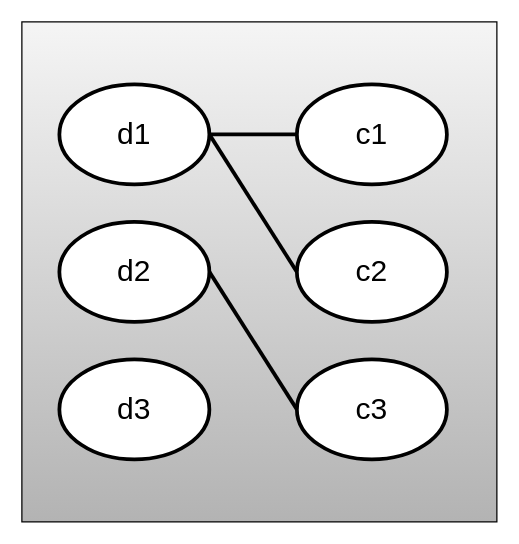
The draw.io diagram doc/one-to-many.drawio in devel0/skeleton-netcore-ef-code-first, before the edit. Source tidied: cells renumbered, new cells numbered last; positions are measured from the earlier drawing's top-left corner, leaving out a move shared by most shapes. Both pictures are drawn from the tidied source at 125%, with x=0, y=0 at pixel (21, 21).
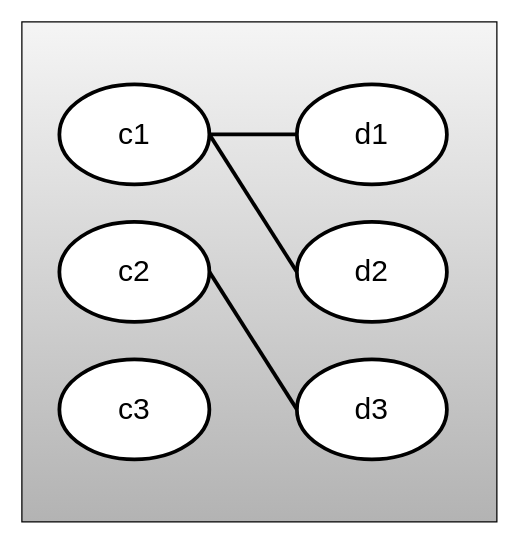
Above is the later version.

The edit, as a diff of the source:
```diff
@@
 <mxGraphModel>
   <root>
     <mxCell id="0" />
     <mxCell id="1" parent="0" />
     <mxCell id="2" style="rounded=0;whiteSpace=wrap;html=1;fillColor=#f5f5f5;gradientColor=#b3b3b3;strokeColor=#000000;" parent="1" vertex="1">
       <mxGeometry width="380" height="400" as="geometry" />
     </mxCell>
     <mxCell id="3" style="edgeStyle=none;html=1;exitX=0;exitY=0.5;exitDx=0;exitDy=0;entryX=1;entryY=0.5;entryDx=0;entryDy=0;strokeColor=#000000;fontSize=24;strokeWidth=3;endArrow=none;endFill=0;" parent="1" edge="1" source="10" target="7">
       <mxGeometry relative="1" as="geometry" />
     </mxCell>
-    <mxCell id="4" value="c2" style="ellipse;whiteSpace=wrap;html=1;strokeColor=#000000;fontSize=24;strokeWidth=3;" parent="1" vertex="1">
+    <mxCell id="4" value="d2" style="ellipse;whiteSpace=wrap;html=1;strokeColor=#000000;fontSize=24;strokeWidth=3;" parent="1" vertex="1">
       <mxGeometry x="220" y="160" width="120" height="80" as="geometry" />
     </mxCell>
     <mxCell id="5" style="edgeStyle=none;html=1;exitX=0;exitY=0.5;exitDx=0;exitDy=0;entryX=1;entryY=0.5;entryDx=0;entryDy=0;strokeColor=#000000;fontSize=24;strokeWidth=3;endArrow=none;endFill=0;" parent="1" edge="1" source="4" target="7">
       <mxGeometry relative="1" as="geometry" />
     </mxCell>
-    <mxCell id="6" value="c3" style="ellipse;whiteSpace=wrap;html=1;strokeColor=#000000;fontSize=24;strokeWidth=3;" parent="1" vertex="1">
+    <mxCell id="6" value="d3" style="ellipse;whiteSpace=wrap;html=1;strokeColor=#000000;fontSize=24;strokeWidth=3;" parent="1" vertex="1">
       <mxGeometry x="220" y="270" width="120" height="80" as="geometry" />
     </mxCell>
-    <mxCell id="7" value="d1" style="ellipse;whiteSpace=wrap;html=1;strokeColor=#000000;fontSize=24;strokeWidth=3;" parent="1" vertex="1">
+    <mxCell id="7" value="c1" style="ellipse;whiteSpace=wrap;html=1;strokeColor=#000000;fontSize=24;strokeWidth=3;" parent="1" vertex="1">
       <mxGeometry x="30" y="50" width="120" height="80" as="geometry" />
     </mxCell>
-    <mxCell id="8" value="d2" style="ellipse;whiteSpace=wrap;html=1;strokeColor=#000000;fontSize=24;strokeWidth=3;" parent="1" vertex="1">
+    <mxCell id="8" value="c2" style="ellipse;whiteSpace=wrap;html=1;strokeColor=#000000;fontSize=24;strokeWidth=3;" parent="1" vertex="1">
       <mxGeometry x="30" y="160" width="120" height="80" as="geometry" />
     </mxCell>
-    <mxCell id="9" value="d3" style="ellipse;whiteSpace=wrap;html=1;strokeColor=#000000;fontSize=24;strokeWidth=3;" parent="1" vertex="1">
+    <mxCell id="9" value="c3" style="ellipse;whiteSpace=wrap;html=1;strokeColor=#000000;fontSize=24;strokeWidth=3;" parent="1" vertex="1">
       <mxGeometry x="30" y="270" width="120" height="80" as="geometry" />
     </mxCell>
-    <mxCell id="10" value="c1" style="ellipse;whiteSpace=wrap;html=1;strokeColor=#000000;fontSize=24;strokeWidth=3;" parent="1" vertex="1">
+    <mxCell id="10" value="d1" style="ellipse;whiteSpace=wrap;html=1;strokeColor=#000000;fontSize=24;strokeWidth=3;" parent="1" vertex="1">
       <mxGeometry x="220" y="50" width="120" height="80" as="geometry" />
     </mxCell>
     <mxCell id="11" style="edgeStyle=none;html=1;exitX=0;exitY=0.5;exitDx=0;exitDy=0;entryX=1;entryY=0.5;entryDx=0;entryDy=0;strokeColor=#000000;fontSize=24;strokeWidth=3;endArrow=none;endFill=0;" parent="1" edge="1" source="6" target="8">
       <mxGeometry relative="1" as="geometry" />
     </mxCell>
   </root>
 </mxGraphModel>
```
